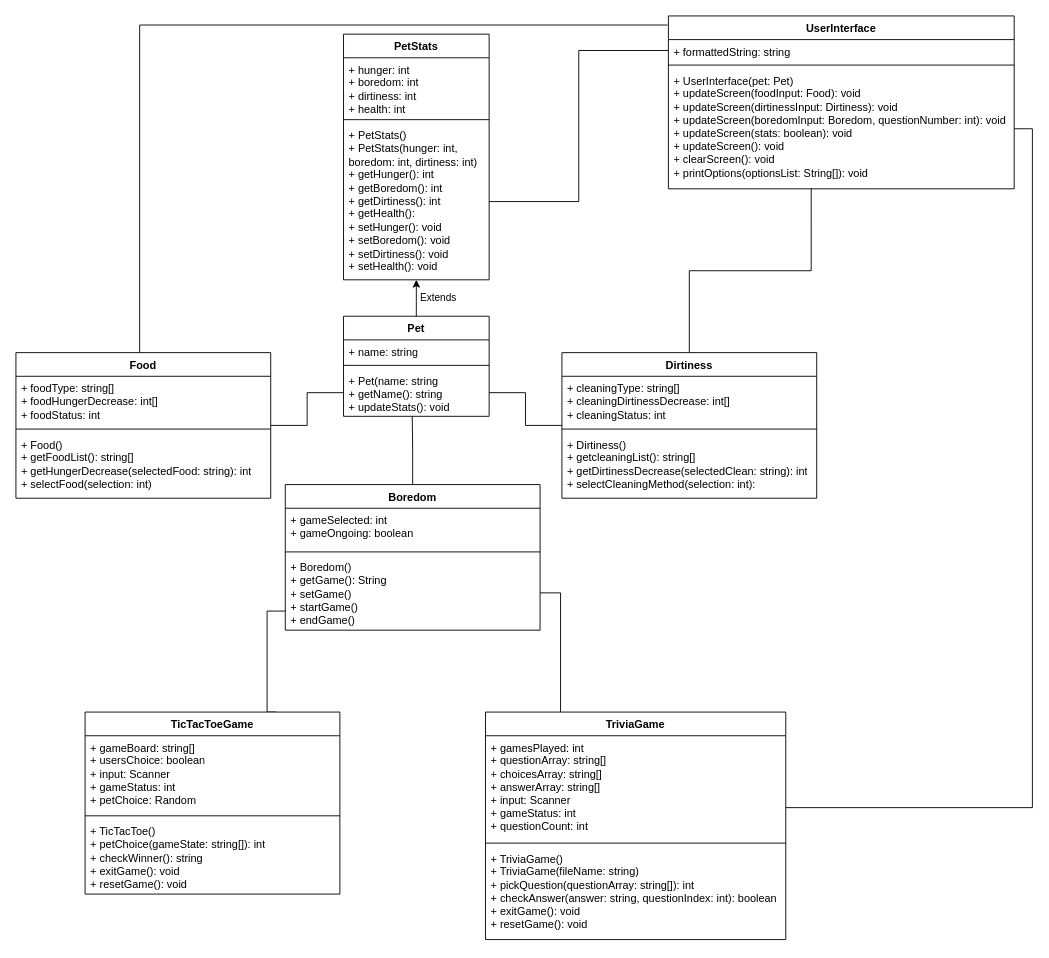
Earlier version of the draw.io diagram Tamagotchi UML Diagram.drawio (purkeyratwit/COMP-1050-Project). Source tidied: cells renumbered, new cells numbered last; positions are measured from the earlier drawing's top-left corner, leaving out a move shared by most shapes. Both pictures are drawn from the tidied source at 91%, with x=0, y=0 at pixel (15, 15).
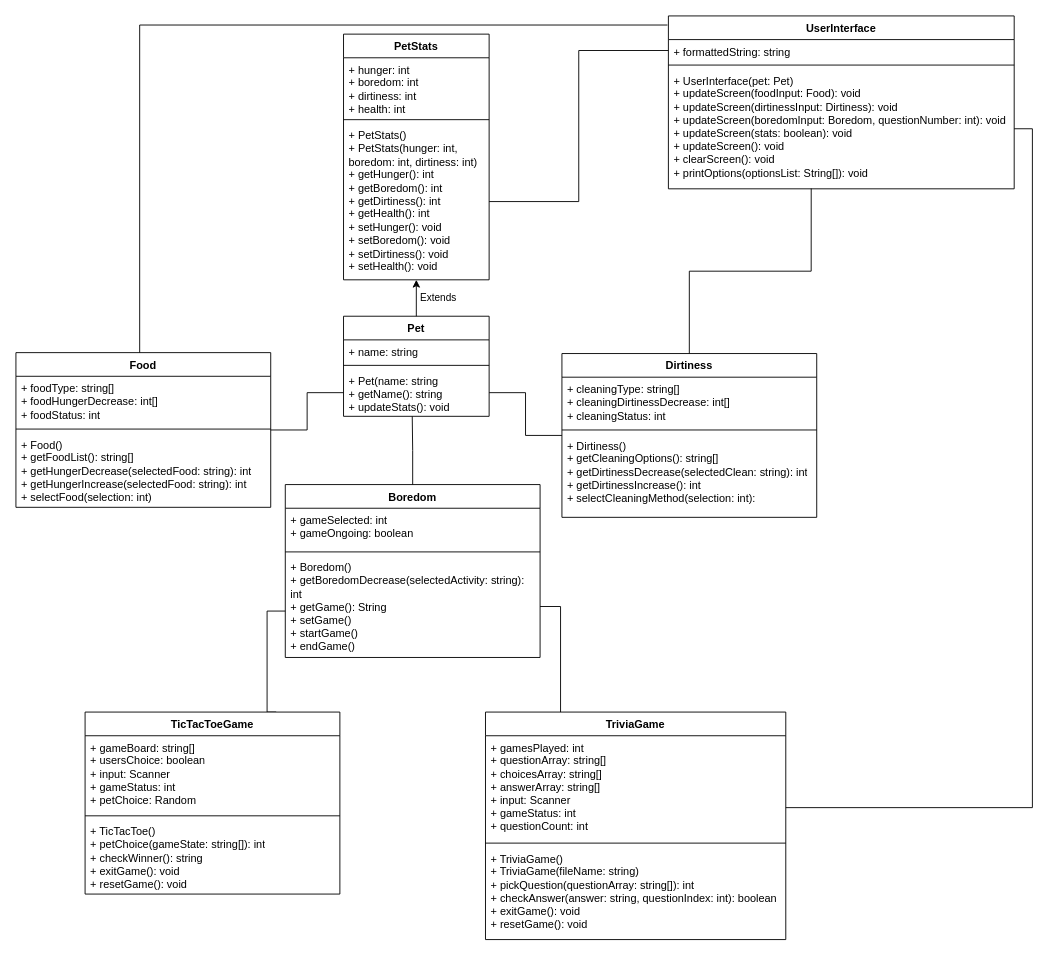
Above is the later version.

Unchanged cells that the change refers to:
```xml
<mxCell id="11" value="PetStats" style="swimlane;fontStyle=1;align=center;verticalAlign=top;horizontal=1;startSize=26;whiteSpace=wrap;html=1;" parent="1" vertex="1">
  <mxGeometry x="360" y="20" width="160" height="270" as="geometry" />
</mxCell>
```

Change to the diagram source:
```diff
@@
     <mxCell id="7" value="Food" style="swimlane;fontStyle=1;align=center;verticalAlign=top;horizontal=1;startSize=26;whiteSpace=wrap;html=1;" parent="1" vertex="1">
-      <mxGeometry y="370" width="280" height="160" as="geometry" />
+      <mxGeometry y="370" width="280" height="170" as="geometry" />
     </mxCell>
@@
-    <mxCell id="10" value="&lt;div&gt;+ Food()&lt;/div&gt;+ getFoodList(): string[]&lt;div&gt;&lt;span style=&quot;background-color: transparent; color: light-dark(rgb(0, 0, 0), rgb(255, 255, 255));&quot;&gt;+ getHungerDecrease(selectedFood: string): int&lt;/span&gt;&lt;br&gt;&lt;/div&gt;&lt;div&gt;+ selectFood(selection: int)&lt;br&gt;&lt;/div&gt;" style="text;strokeColor=none;fillColor=none;align=left;verticalAlign=top;spacingLeft=4;spacingRight=4;overflow=hidden;whiteSpace=wrap;html=1;" parent="7" vertex="1">
-      <mxGeometry y="88" width="280" height="72" as="geometry" />
+    <mxCell id="10" value="&lt;div&gt;+ Food()&lt;/div&gt;+ getFoodList(): string[]&lt;div&gt;&lt;span style=&quot;background-color: transparent; color: light-dark(rgb(0, 0, 0), rgb(255, 255, 255));&quot;&gt;+ getHungerDecrease(selectedFood: string): int&lt;/span&gt;&lt;br&gt;&lt;/div&gt;&lt;div&gt;&lt;span style=&quot;background-color: transparent; color: light-dark(rgb(0, 0, 0), rgb(255, 255, 255));&quot;&gt;+ getHungerIncrease(selectedFood: string): int&lt;/span&gt;&lt;/div&gt;&lt;div&gt;+ selectFood(selection: int)&lt;br&gt;&lt;/div&gt;" style="text;strokeColor=none;fillColor=none;align=left;verticalAlign=top;spacingLeft=4;spacingRight=4;overflow=hidden;whiteSpace=wrap;html=1;" parent="7" vertex="1">
+      <mxGeometry y="88" width="280" height="82" as="geometry" />
     </mxCell>
@@
-    <mxCell id="12" value="&lt;div&gt;+ hunger: int&lt;/div&gt;&lt;div&gt;+ boredom: int&lt;/div&gt;&lt;div&gt;+ dirtiness: int&lt;/div&gt;&lt;div&gt;+ health: int&lt;/div&gt;" style="text;strokeColor=none;fillColor=none;align=left;verticalAlign=top;spacingLeft=4;spacingRight=4;overflow=hidden;whiteSpace=wrap;html=1;" parent="11" vertex="1">
+    <mxCell id="12" value="&lt;div&gt;+ hunger: int&lt;/div&gt;&lt;div&gt;+ boredom: int&lt;/div&gt;&lt;div&gt;+ dirtiness: int&lt;/div&gt;&lt;div&gt;+ health: int&lt;/div&gt;&lt;div&gt;&lt;br&gt;&lt;/div&gt;" style="text;strokeColor=none;fillColor=none;align=left;verticalAlign=top;spacingLeft=4;spacingRight=4;overflow=hidden;whiteSpace=wrap;html=1;" parent="11" vertex="1">
       <mxGeometry y="26" width="160" height="64" as="geometry" />
     </mxCell>
@@
-    <mxCell id="14" value="&lt;div&gt;+ PetStats()&lt;/div&gt;&lt;div&gt;+ PetStats(hunger: int, boredom: int, dirtiness: int)&lt;br&gt;&lt;/div&gt;&lt;div&gt;+ getHunger(): int&lt;/div&gt;&lt;div&gt;+ getBoredom(): int&lt;/div&gt;&lt;div&gt;+ getDirtiness(): int&lt;/div&gt;&lt;div&gt;+ getHealth():&lt;/div&gt;&lt;div&gt;+ setHunger(): void&lt;/div&gt;&lt;div&gt;+ setBoredom(): void&lt;/div&gt;&lt;div&gt;+ setDirtiness(): void&lt;/div&gt;&lt;div&gt;+ setHealth(): void&lt;/div&gt;" style="text;strokeColor=none;fillColor=none;align=left;verticalAlign=top;spacingLeft=4;spacingRight=4;overflow=hidden;points=[[0,0.5],[1,0.5]];portConstraint=eastwest;whiteSpace=wrap;html=1;" parent="11" vertex="1">
+    <mxCell id="14" value="&lt;div&gt;+ PetStats()&lt;/div&gt;&lt;div&gt;+ PetStats(hunger: int, boredom: int, dirtiness: int)&lt;br&gt;&lt;/div&gt;&lt;div&gt;+ getHunger(): int&lt;/div&gt;&lt;div&gt;+ getBoredom(): int&lt;/div&gt;&lt;div&gt;+ getDirtiness(): int&lt;/div&gt;&lt;div&gt;+ getHealth(): int&lt;/div&gt;&lt;div&gt;+ setHunger(): void&lt;/div&gt;&lt;div&gt;+ setBoredom(): void&lt;/div&gt;&lt;div&gt;+ setDirtiness(): void&lt;/div&gt;&lt;div&gt;+ setHealth(): void&lt;/div&gt;" style="text;strokeColor=none;fillColor=none;align=left;verticalAlign=top;spacingLeft=4;spacingRight=4;overflow=hidden;points=[[0,0.5],[1,0.5]];portConstraint=eastwest;whiteSpace=wrap;html=1;" parent="11" vertex="1">
       <mxGeometry y="98" width="160" height="172" as="geometry" />
     </mxCell>
@@
     <mxCell id="21" value="Dirtiness" style="swimlane;fontStyle=1;align=center;verticalAlign=top;horizontal=1;startSize=26;whiteSpace=wrap;html=1;" parent="1" vertex="1">
-      <mxGeometry x="600" y="370" width="280" height="160" as="geometry" />
+      <mxGeometry x="600" y="371" width="280" height="180" as="geometry" />
     </mxCell>
@@
-    <mxCell id="24" value="&lt;div&gt;+ Dirtiness()&lt;/div&gt;&lt;div&gt;+ getcleaningList(): string[]&lt;/div&gt;&lt;div&gt;+ getDirtinessDecrease(selectedClean: string): int&lt;/div&gt;&lt;div&gt;+ selectCleaningMethod(selection: int):&amp;nbsp;&lt;/div&gt;" style="text;strokeColor=none;fillColor=none;align=left;verticalAlign=top;spacingLeft=4;spacingRight=4;overflow=hidden;whiteSpace=wrap;html=1;" parent="21" vertex="1">
-      <mxGeometry y="88" width="280" height="72" as="geometry" />
+    <mxCell id="24" value="&lt;div&gt;+ Dirtiness()&lt;/div&gt;&lt;div&gt;+ getCleaningOptions(): string[]&lt;/div&gt;&lt;div&gt;+ getDirtinessDecrease(selectedClean: string): int&lt;/div&gt;&lt;div&gt;+ getDirtinessIncrease(): int&lt;/div&gt;&lt;div&gt;+ selectCleaningMethod(selection: int):&amp;nbsp;&lt;/div&gt;&lt;div&gt;&lt;br&gt;&lt;/div&gt;" style="text;strokeColor=none;fillColor=none;align=left;verticalAlign=top;spacingLeft=4;spacingRight=4;overflow=hidden;whiteSpace=wrap;html=1;" parent="21" vertex="1">
+      <mxGeometry y="88" width="280" height="92" as="geometry" />
     </mxCell>
     <mxCell id="25" value="Boredom" style="swimlane;fontStyle=1;align=center;verticalAlign=top;horizontal=1;startSize=26;whiteSpace=wrap;html=1;" parent="1" vertex="1">
-      <mxGeometry x="296" y="515" width="280" height="160" as="geometry" />
+      <mxGeometry x="296" y="515" width="280" height="190" as="geometry" />
     </mxCell>
@@
-    <mxCell id="28" value="+ Boredom()&lt;div&gt;+ getGame(): String&lt;/div&gt;&lt;div&gt;+ setGame()&lt;/div&gt;&lt;div&gt;+ startGame()&lt;/div&gt;&lt;div&gt;+ endGame()&lt;/div&gt;" style="text;strokeColor=none;fillColor=none;align=left;verticalAlign=top;spacingLeft=4;spacingRight=4;overflow=hidden;points=[[0,0.5],[1,0.5]];portConstraint=eastwest;whiteSpace=wrap;html=1;" parent="25" vertex="1">
-      <mxGeometry y="78" width="280" height="82" as="geometry" />
+    <mxCell id="28" value="+ Boredom()&lt;div&gt;+ getBoredomDecrease(selectedActivity: string): int&lt;/div&gt;&lt;div&gt;&lt;div&gt;+ getGame(): String&lt;/div&gt;&lt;div&gt;+ setGame()&lt;/div&gt;&lt;div&gt;+ startGame()&lt;/div&gt;&lt;div&gt;+ endGame()&lt;/div&gt;&lt;/div&gt;" style="text;strokeColor=none;fillColor=none;align=left;verticalAlign=top;spacingLeft=4;spacingRight=4;overflow=hidden;points=[[0,0.5],[1,0.5]];portConstraint=eastwest;whiteSpace=wrap;html=1;" parent="25" vertex="1">
+      <mxGeometry y="78" width="280" height="112" as="geometry" />
     </mxCell>
```
